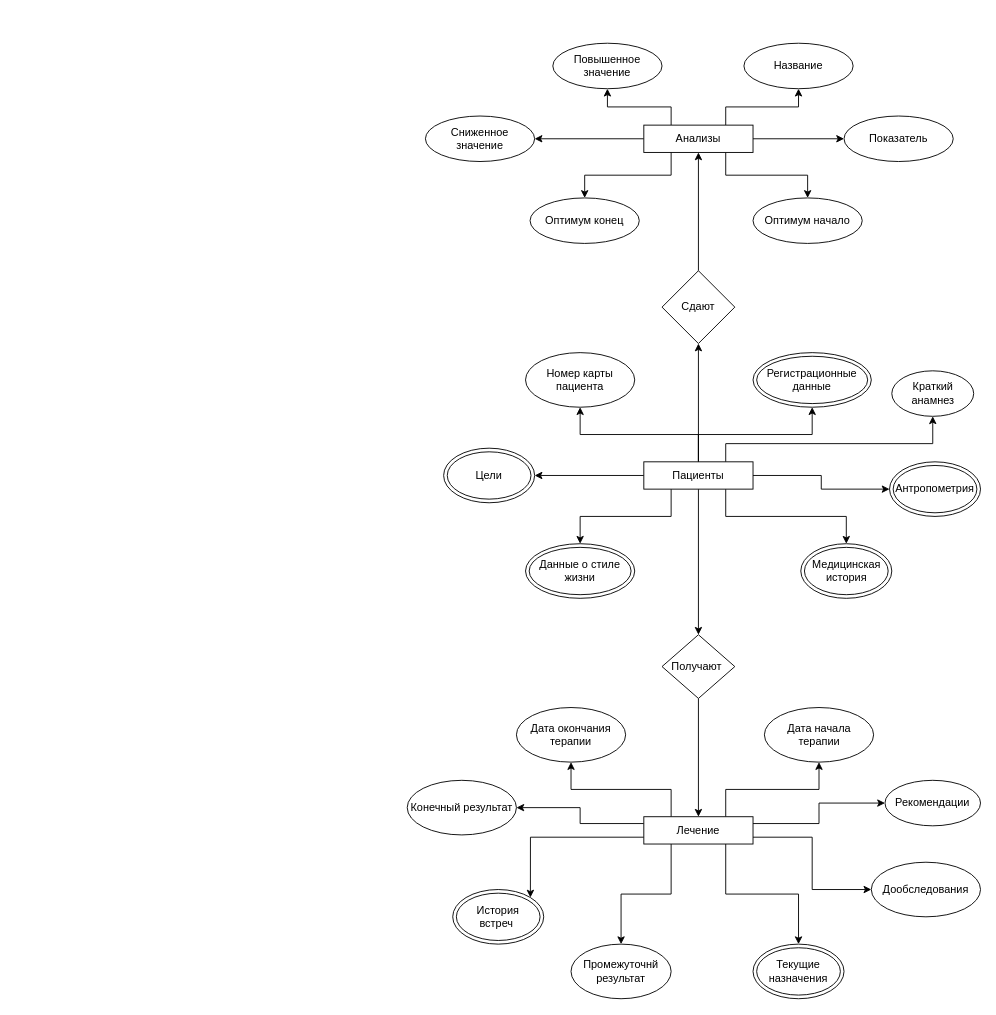
Above: схема сущности_атрибуты.drawio in darya999r/Nutricio (draw.io), before the change. Source tidied: cells renumbered, new cells numbered last; positions are measured from the earlier drawing's top-left corner, leaving out a move shared by most shapes. Both pictures are drawn from the tidied source at 91%, with x=0, y=0 at pixel (407, 43).
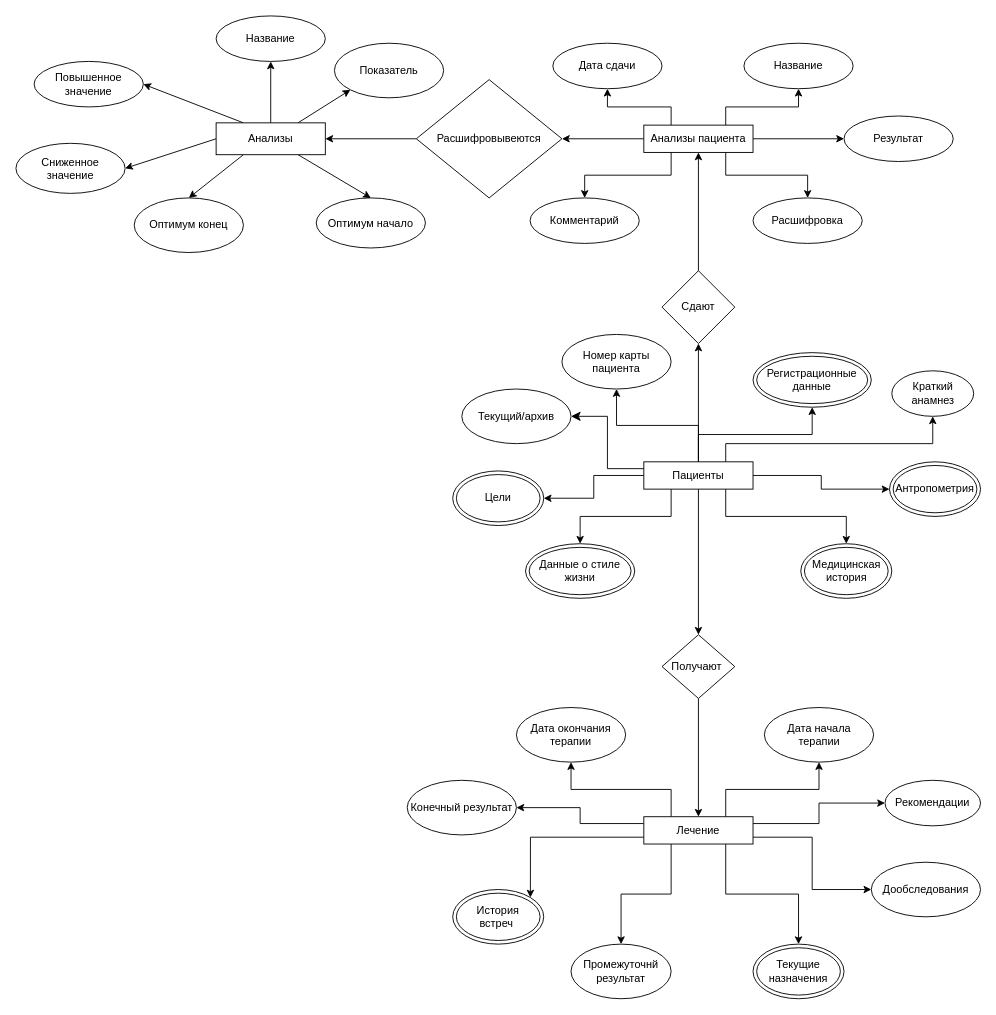
Above is the later version.

Unchanged cells that the change refers to:
```xml
<mxCell id="11" value="Пациенты" style="rounded=0;whiteSpace=wrap;html=1;" parent="1" vertex="1">
  <mxGeometry x="260" y="460" width="120" height="30" as="geometry" />
</mxCell>
```

Change to the diagram source:
```diff
@@
     <mxCell id="27" value="Цели" style="ellipse;shape=doubleEllipse;whiteSpace=wrap;html=1;" parent="1" vertex="1">
-      <mxGeometry x="40" y="445" width="100" height="60" as="geometry" />
+      <mxGeometry x="50" y="470" width="100" height="60" as="geometry" />
     </mxCell>
@@
     <mxCell id="29" value="Номер карты пациента" style="ellipse;whiteSpace=wrap;html=1;" parent="1" vertex="1">
-      <mxGeometry x="130" y="340" width="120" height="60" as="geometry" />
+      <mxGeometry x="170" y="320" width="120" height="60" as="geometry" />
     </mxCell>
@@
-    <mxCell id="40" style="edgeStyle=orthogonalEdgeStyle;rounded=0;jettySize=auto;html=1;exitX=0;exitY=0.5;exitDx=0;exitDy=0;entryX=1;entryY=0.5;entryDx=0;entryDy=0;" parent="1" edge="1" source="41" target="46">
-      <mxGeometry relative="1" as="geometry" />
-    </mxCell>
+    <mxCell id="53" style="edgeStyle=none;html=1;exitX=0;exitY=0.5;exitDx=0;exitDy=0;" parent="1" edge="1" source="41" target="62">
+      <mxGeometry relative="1" as="geometry" />
+    </mxCell>
-    <mxCell id="41" value="Анализы" style="rounded=0;whiteSpace=wrap;html=1;" parent="1" vertex="1">
+    <mxCell id="41" value="Анализы пациента" style="rounded=0;whiteSpace=wrap;html=1;" parent="1" vertex="1">
       <mxGeometry x="260" y="90" width="120" height="30" as="geometry" />
     </mxCell>
@@
-    <mxCell id="43" value="Показатель" style="ellipse;whiteSpace=wrap;html=1;" parent="1" vertex="1">
+    <mxCell id="43" value="Результат" style="ellipse;whiteSpace=wrap;html=1;" parent="1" vertex="1">
       <mxGeometry x="480" y="80" width="120" height="50" as="geometry" />
     </mxCell>
-    <mxCell id="44" value="Оптимум начало" style="ellipse;whiteSpace=wrap;html=1;" parent="1" vertex="1">
+    <mxCell id="44" value="Расшифровка" style="ellipse;whiteSpace=wrap;html=1;" parent="1" vertex="1">
       <mxGeometry x="380" y="170" width="120" height="50" as="geometry" />
     </mxCell>
-    <mxCell id="45" value="Оптимум конец" style="ellipse;whiteSpace=wrap;html=1;" parent="1" vertex="1">
+    <mxCell id="45" value="Комментарий" style="ellipse;whiteSpace=wrap;html=1;" parent="1" vertex="1">
       <mxGeometry x="135" y="170" width="120" height="50" as="geometry" />
     </mxCell>
-    <mxCell id="46" value="Сниженное значение" style="ellipse;whiteSpace=wrap;html=1;" parent="1" vertex="1">
-      <mxGeometry x="20" y="80" width="120" height="50" as="geometry" />
-    </mxCell>
-    <mxCell id="47" value="Повышенное значение" style="ellipse;whiteSpace=wrap;html=1;" parent="1" vertex="1">
+    <mxCell id="47" value="Дата сдачи" style="ellipse;whiteSpace=wrap;html=1;" parent="1" vertex="1">
       <mxGeometry x="160" width="120" height="50" as="geometry" />
     </mxCell>
@@
+    <mxCell id="54" style="edgeStyle=none;html=1;exitX=0.5;exitY=0;exitDx=0;exitDy=0;entryX=0.5;entryY=1;entryDx=0;entryDy=0;" parent="1" edge="1" source="60" target="63">
+      <mxGeometry relative="1" as="geometry" />
+    </mxCell>
+    <mxCell id="55" style="edgeStyle=none;html=1;exitX=0.75;exitY=0;exitDx=0;exitDy=0;entryX=0;entryY=1;entryDx=0;entryDy=0;" parent="1" edge="1" source="60" target="64">
+      <mxGeometry relative="1" as="geometry" />
+    </mxCell>
+    <mxCell id="56" style="edgeStyle=none;html=1;exitX=0.75;exitY=1;exitDx=0;exitDy=0;entryX=0.5;entryY=0;entryDx=0;entryDy=0;" parent="1" edge="1" source="60" target="65">
+      <mxGeometry relative="1" as="geometry" />
+    </mxCell>
+    <mxCell id="57" style="edgeStyle=none;html=1;exitX=0.25;exitY=1;exitDx=0;exitDy=0;entryX=0.5;entryY=0;entryDx=0;entryDy=0;" parent="1" edge="1" source="60" target="66">
+      <mxGeometry relative="1" as="geometry" />
+    </mxCell>
+    <mxCell id="58" style="edgeStyle=none;html=1;exitX=0;exitY=0.5;exitDx=0;exitDy=0;entryX=1;entryY=0.5;entryDx=0;entryDy=0;" parent="1" edge="1" source="60" target="46">
+      <mxGeometry relative="1" as="geometry" />
+    </mxCell>
+    <mxCell id="59" style="edgeStyle=none;html=1;exitX=0.25;exitY=0;exitDx=0;exitDy=0;entryX=1;entryY=0.5;entryDx=0;entryDy=0;" parent="1" edge="1" source="60" target="67">
+      <mxGeometry relative="1" as="geometry" />
+    </mxCell>
+    <mxCell id="60" value="Анализы" style="rounded=0;whiteSpace=wrap;html=1;" parent="1" vertex="1">
+      <mxGeometry x="-210" y="87.5" width="120" height="35" as="geometry" />
+    </mxCell>
+    <mxCell id="61" style="edgeStyle=none;html=1;exitX=0;exitY=0.5;exitDx=0;exitDy=0;entryX=1;entryY=0.5;entryDx=0;entryDy=0;" parent="1" edge="1" source="62" target="60">
+      <mxGeometry relative="1" as="geometry" />
+    </mxCell>
+    <mxCell id="62" value="Расшифровывеются" style="rhombus;whiteSpace=wrap;html=1;" parent="1" vertex="1">
+      <mxGeometry x="10" y="40" width="160" height="130" as="geometry" />
+    </mxCell>
+    <mxCell id="63" value="Название" style="ellipse;whiteSpace=wrap;html=1;" parent="1" vertex="1">
+      <mxGeometry x="-210" y="-30" width="120" height="50" as="geometry" />
+    </mxCell>
+    <mxCell id="64" value="Показатель" style="ellipse;whiteSpace=wrap;html=1;" parent="1" vertex="1">
+      <mxGeometry x="-80" width="120" height="60" as="geometry" />
+    </mxCell>
+    <mxCell id="65" value="Оптимум начало" style="ellipse;whiteSpace=wrap;html=1;" parent="1" vertex="1">
+      <mxGeometry x="-100" y="170" width="120" height="55" as="geometry" />
+    </mxCell>
+    <mxCell id="66" value="Оптимум конец" style="ellipse;whiteSpace=wrap;html=1;" parent="1" vertex="1">
+      <mxGeometry x="-300" y="170" width="120" height="60" as="geometry" />
+    </mxCell>
+    <mxCell id="46" value="Сниженное значение" style="ellipse;whiteSpace=wrap;html=1;" parent="1" vertex="1">
+      <mxGeometry x="-430" y="110" width="120" height="55" as="geometry" />
+    </mxCell>
+    <mxCell id="67" value="Повышенное значение" style="ellipse;whiteSpace=wrap;html=1;" parent="1" vertex="1">
+      <mxGeometry x="-410" y="20" width="120" height="50" as="geometry" />
+    </mxCell>
+    <mxCell id="68" value="Текущий/архив" style="ellipse;whiteSpace=wrap;html=1;" parent="1" vertex="1">
+      <mxGeometry x="60" y="380" width="120" height="60" as="geometry" />
+    </mxCell>
+    <mxCell id="69" style="edgeStyle=elbowEdgeStyle;elbow=horizontal;endArrow=classic;html=1;curved=0;rounded=0;endSize=8;startSize=8;entryX=1;entryY=0.5;entryDx=0;entryDy=0;exitX=0;exitY=0.25;exitDx=0;exitDy=0;" parent="1" edge="1" source="11" target="68">
+      <mxGeometry relative="1" as="geometry" />
+    </mxCell>
```
